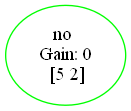
Earlier version of the Graphviz export test_output/gain_ratio.png (AlejandroFNadal/ia_decision_trees). Its source is kept beside it as test_output/gain_ratio.dot.
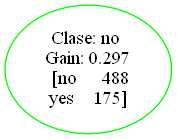
After the commit.

The edit, as a diff of the source:
```diff
@@ -1,5 +1,6 @@
 digraph {
-	0 [label="no
- Gain: 0
- [5 2]" color=green]
+	0 [label="Clase: no
+ Gain: 0.297
+ [no     488
+yes    175]" color=green]
 }
```
